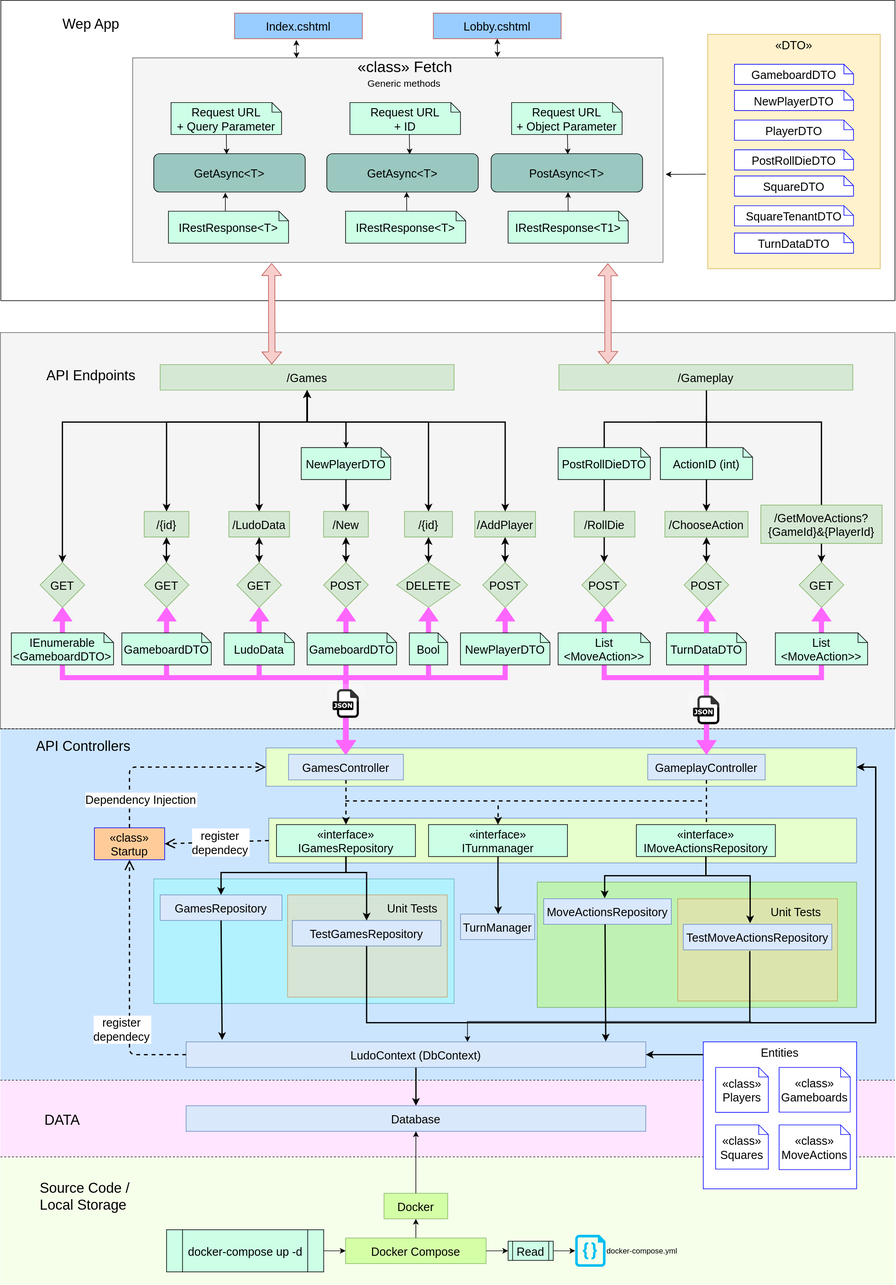
The draw.io diagram docs/Project-2-Ludo-v2-Diagram.svg in PGBSNH20/ludo-v2-group-10-oskar-johan, before a commit. Source tidied: cells renumbered, new cells last; positions are measured from the earlier drawing's top-left corner, leaving out a move shared by most shapes.
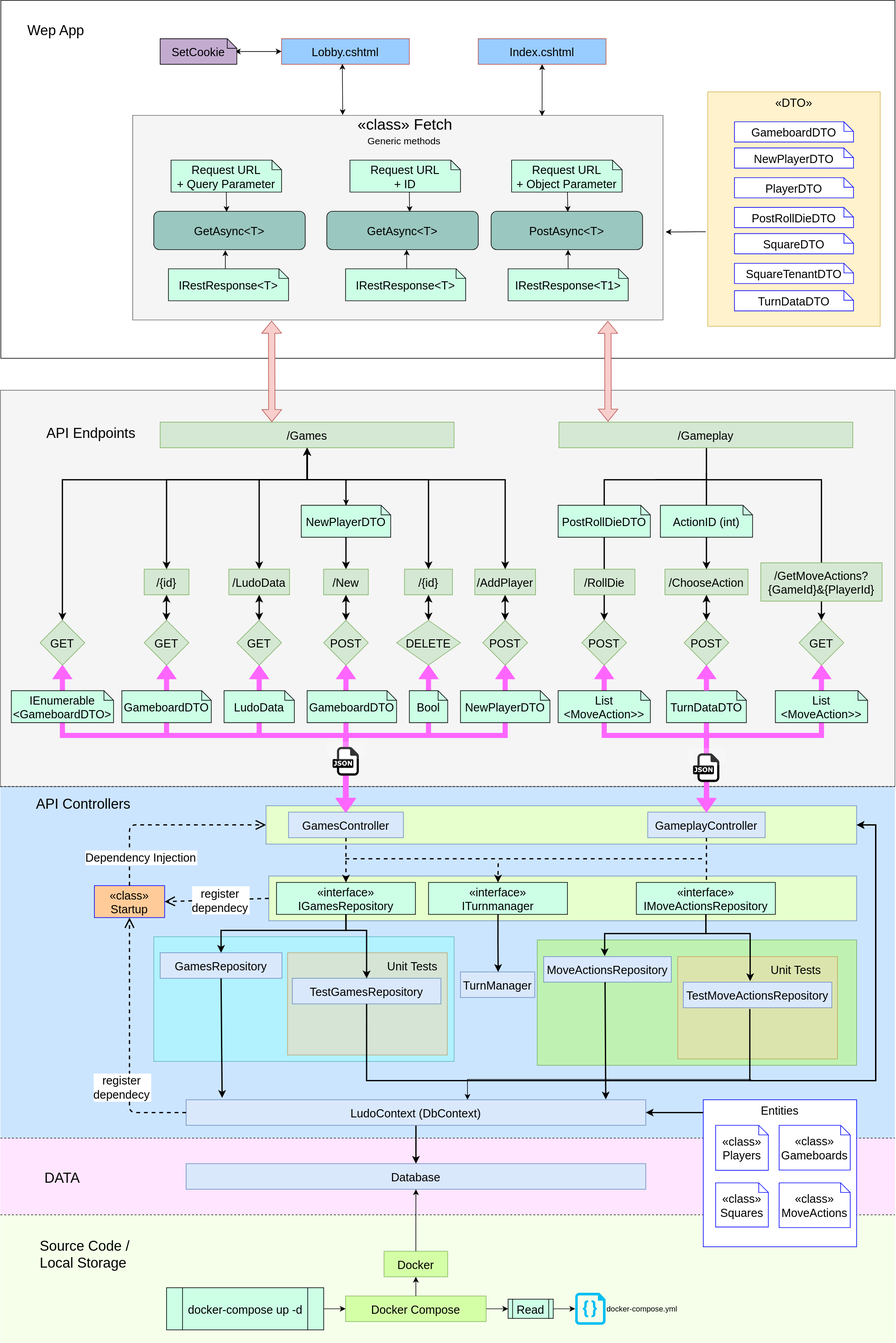
Above is the later version.

Diff of the diagram source:
```diff
@@ -548,7 +548,7 @@
       </mxGeometry>
     </mxCell>
     <mxCell id="128" style="rounded=0;whiteSpace=wrap;shadow=0;glass=0;sketch=0;fontSize=18;" parent="1" vertex="1">
-      <mxGeometry x="0.6" width="1399.4" height="470" as="geometry" />
+      <mxGeometry x="0.6" y="-90" width="1399.4" height="560" as="geometry" />
     </mxCell>
     <mxCell id="129" style="endArrow=classic;fontSize=18;strokeWidth=2;exitX=0.5;exitY=1;exitDx=0;exitDy=0;" parent="1" edge="1" source="93">
       <mxGeometry relative="1" as="geometry">
@@ -556,13 +556,13 @@
       </mxGeometry>
     </mxCell>
     <mxCell id="130" value="Wep App" style="text;align=center;verticalAlign=middle;strokeColor=none;fontSize=22;" parent="1" vertex="1">
-      <mxGeometry x="92" y="20" width="100" height="30" as="geometry" />
+      <mxGeometry x="37" y="-60" width="100" height="30" as="geometry" />
     </mxCell>
-    <mxCell id="131" value="Index.cshtml" style="shape=step;perimeter=stepPerimeter;fixedSize=1;strokeColor=#b85450;rounded=0;size=-10;fontSize=18;fillColor=#99CCFF;" parent="1" vertex="1">
-      <mxGeometry x="366.4" y="20" width="200" height="40" as="geometry" />
+    <mxCell id="131" value="Lobby.cshtml" style="shape=step;perimeter=stepPerimeter;fixedSize=1;strokeColor=#b85450;rounded=0;size=-10;fontSize=18;fillColor=#99CCFF;" parent="1" vertex="1">
+      <mxGeometry x="440" y="-30" width="200" height="40" as="geometry" />
     </mxCell>
-    <mxCell id="132" value="Lobby.cshtml" style="shape=step;perimeter=stepPerimeter;fixedSize=1;strokeColor=#b85450;size=0;fontSize=18;fillColor=#99CCFF;" parent="1" vertex="1">
-      <mxGeometry x="677.6" y="20" width="200" height="40" as="geometry" />
+    <mxCell id="132" value="Index.cshtml" style="shape=step;perimeter=stepPerimeter;fixedSize=1;strokeColor=#b85450;size=0;fontSize=18;fillColor=#99CCFF;" parent="1" vertex="1">
+      <mxGeometry x="747.8" y="-30" width="200" height="40" as="geometry" />
     </mxCell>
     <mxCell id="133" style="shape=step;perimeter=stepPerimeter;fixedSize=1;rounded=0;fontSize=18;size=-10;fillColor=#f5f5f5;strokeColor=#666666;fontColor=#333333;" parent="1" vertex="1">
       <mxGeometry x="207" y="90" width="830" height="320" as="geometry" />
@@ -570,7 +570,7 @@
     <mxCell id="134" value="&lt;font style=&quot;font-size: 24px&quot;&gt;«class»&amp;nbsp;Fetch&lt;/font&gt;" style="text;html=1;strokeColor=none;fillColor=none;align=center;verticalAlign=middle;whiteSpace=wrap;rounded=0;" parent="1" vertex="1">
       <mxGeometry x="552.9" y="90" width="161.2" height="30" as="geometry" />
     </mxCell>
-    <mxCell id="135" style="endArrow=classic;startArrow=classic;html=1;entryX=0.5;entryY=1;entryDx=0;entryDy=0;exitX=0.688;exitY=-0.003;exitDx=0;exitDy=0;exitPerimeter=0;" parent="1" edge="1" source="133" target="132">
+    <mxCell id="135" style="endArrow=classic;startArrow=classic;html=1;entryX=0.5;entryY=1;entryDx=0;entryDy=0;exitX=0.772;exitY=0.003;exitDx=0;exitDy=0;exitPerimeter=0;" parent="1" edge="1" source="133" target="132">
       <mxGeometry relative="1" as="geometry" />
     </mxCell>
     <mxCell id="136" value="GetAsync&lt;T&gt;" style="rounded=1;fillColor=#9AC7BF;gradientColor=none;fontSize=18;" parent="1" vertex="1">
@@ -588,7 +588,7 @@
     <mxCell id="140" value="Request URL&#10;+ ID" style="shape=mxgraph.bpmn.data;labelPosition=center;verticalLabelPosition=middle;align=center;verticalAlign=middle;size=15;fontSize=18;fillColor=#CCFFE6;gradientColor=none;fontStyle=0;" parent="1" vertex="1">
       <mxGeometry x="547" y="160" width="173" height="50" as="geometry" />
     </mxCell>
-    <mxCell id="141" style="endArrow=classic;startArrow=classic;html=1;exitX=0.309;exitY=0.001;exitDx=0;exitDy=0;entryX=0.483;entryY=1.048;entryDx=0;entryDy=0;entryPerimeter=0;exitPerimeter=0;" parent="1" edge="1" source="133" target="131">
+    <mxCell id="141" style="endArrow=classic;startArrow=classic;html=1;exitX=0.396;exitY=-0.002;exitDx=0;exitDy=0;entryX=0.476;entryY=0.983;entryDx=0;entryDy=0;entryPerimeter=0;exitPerimeter=0;" parent="1" edge="1" source="133" target="131">
       <mxGeometry relative="1" as="geometry" />
     </mxCell>
     <mxCell id="142" style="endArrow=classic;html=1;exitX=0.5;exitY=1;exitDx=0;exitDy=0;exitPerimeter=0;entryX=0.481;entryY=0.017;entryDx=0;entryDy=0;entryPerimeter=0;" parent="1" edge="1" source="137" target="136">
@@ -682,5 +682,13 @@
         <mxPoint x="951" y="569" as="sourcePoint" />
       </mxGeometry>
     </mxCell>
+    <mxCell id="166" style="endArrow=classic;startArrow=classic;html=1;entryX=0;entryY=0.5;entryDx=0;entryDy=0;" parent="1" edge="1" target="131">
+      <mxGeometry relative="1" as="geometry">
+        <mxPoint x="367" y="-10" as="sourcePoint" />
+      </mxGeometry>
+    </mxCell>
+    <mxCell id="167" value="SetCookie" style="shape=mxgraph.bpmn.data;labelPosition=center;verticalLabelPosition=middle;align=center;verticalAlign=middle;size=15;fontSize=18;gradientColor=none;fontStyle=0;fillColor=#C3ABD0;" parent="1" vertex="1">
+      <mxGeometry x="250" y="-30" width="120" height="40" as="geometry" />
+    </mxCell>
   </root>
 </mxGraphModel>
```
